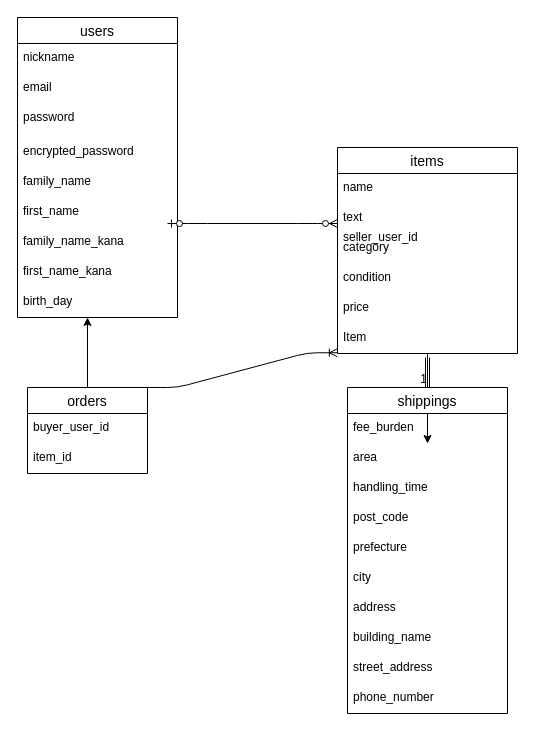
The draw.io diagram furima.dio in aryu-shan/furima-39943, before the edit. Source tidied: cells renumbered, new cells numbered last; positions are measured from the earlier drawing's top-left corner, leaving out a move shared by most shapes. Both pictures are drawn from the tidied source at 100%, with x=0, y=0 at pixel (17, 17).
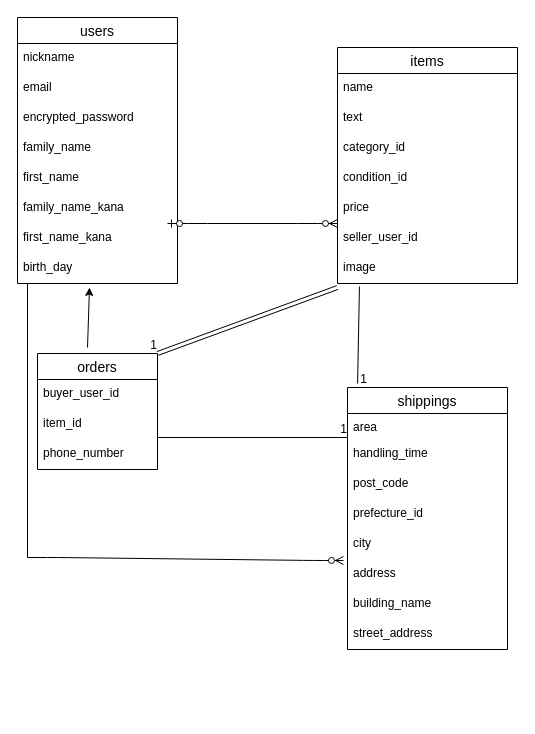
Above is the later version.

Commit message (it also covers changes not shown here):
データベース設計修正（1回目修正）

What changed in the source:
```diff
@@
     <mxCell id="2" value="users" style="swimlane;fontStyle=0;horizontal=1;startSize=26;align=center;fontSize=14;" parent="1" vertex="1">
-      <mxGeometry width="160" height="300" as="geometry" />
+      <mxGeometry width="160" height="266" as="geometry" />
     </mxCell>
@@
-    <mxCell id="5" value="password" style="text;strokeColor=none;fillColor=none;spacingLeft=4;spacingRight=4;overflow=hidden;fontSize=12;" parent="2" vertex="1">
-      <mxGeometry y="86" width="160" height="34" as="geometry" />
-    </mxCell>
     <mxCell id="6" value="encrypted_password" style="text;strokeColor=none;fillColor=none;spacingLeft=4;spacingRight=4;overflow=hidden;fontSize=12;" parent="2" vertex="1">
-      <mxGeometry y="120" width="160" height="30" as="geometry" />
+      <mxGeometry y="86" width="160" height="30" as="geometry" />
     </mxCell>
     <mxCell id="7" value="family_name" style="text;strokeColor=none;fillColor=none;spacingLeft=4;spacingRight=4;overflow=hidden;fontSize=12;" parent="2" vertex="1">
-      <mxGeometry y="150" width="160" height="30" as="geometry" />
+      <mxGeometry y="116" width="160" height="30" as="geometry" />
     </mxCell>
     <mxCell id="8" value="first_name" style="text;strokeColor=none;fillColor=none;spacingLeft=4;spacingRight=4;overflow=hidden;fontSize=12;" parent="2" vertex="1">
-      <mxGeometry y="180" width="160" height="30" as="geometry" />
+      <mxGeometry y="146" width="160" height="30" as="geometry" />
     </mxCell>
     <mxCell id="9" value="family_name_kana" style="text;strokeColor=none;fillColor=none;spacingLeft=4;spacingRight=4;overflow=hidden;fontSize=12;" parent="2" vertex="1">
-      <mxGeometry y="210" width="160" height="30" as="geometry" />
+      <mxGeometry y="176" width="160" height="30" as="geometry" />
     </mxCell>
     <mxCell id="10" value="first_name_kana" style="text;strokeColor=none;fillColor=none;spacingLeft=4;spacingRight=4;overflow=hidden;fontSize=12;" parent="2" vertex="1">
-      <mxGeometry y="240" width="160" height="30" as="geometry" />
+      <mxGeometry y="206" width="160" height="30" as="geometry" />
     </mxCell>
     <mxCell id="11" value="birth_day" style="text;strokeColor=none;fillColor=none;spacingLeft=4;spacingRight=4;overflow=hidden;points=[[0,0.5],[1,0.5]];portConstraint=eastwest;fontSize=12;" parent="2" vertex="1">
-      <mxGeometry y="270" width="160" height="30" as="geometry" />
+      <mxGeometry y="236" width="160" height="30" as="geometry" />
     </mxCell>
-    <mxCell id="12" style="edgeStyle=none;html=1;" parent="1" edge="1" source="13" target="22">
-      <mxGeometry relative="1" as="geometry" />
-    </mxCell>
     <mxCell id="13" value="items" style="swimlane;fontStyle=0;horizontal=1;startSize=26;align=center;fontSize=14;" parent="1" vertex="1">
-      <mxGeometry x="320" y="130" width="180" height="206" as="geometry" />
+      <mxGeometry x="320" y="30" width="180" height="236" as="geometry" />
     </mxCell>
@@
-    <mxCell id="16" value="category" style="text;strokeColor=none;fillColor=none;spacingLeft=4;spacingRight=4;overflow=hidden;fontSize=12;" parent="13" vertex="1">
+    <mxCell id="16" value="category_id" style="text;strokeColor=none;fillColor=none;spacingLeft=4;spacingRight=4;overflow=hidden;fontSize=12;" parent="13" vertex="1">
       <mxGeometry y="86" width="180" height="30" as="geometry" />
     </mxCell>
-    <mxCell id="17" value="condition" style="text;strokeColor=none;fillColor=none;spacingLeft=4;spacingRight=4;overflow=hidden;fontSize=12;" parent="13" vertex="1">
+    <mxCell id="17" value="condition_id" style="text;strokeColor=none;fillColor=none;spacingLeft=4;spacingRight=4;overflow=hidden;fontSize=12;" parent="13" vertex="1">
       <mxGeometry y="116" width="180" height="30" as="geometry" />
     </mxCell>
@@
+    <mxCell id="35" value="seller_user_id" style="text;strokeColor=none;fillColor=none;spacingLeft=4;spacingRight=4;overflow=hidden;fontSize=12;" parent="13" vertex="1">
+      <mxGeometry y="176" width="180" height="30" as="geometry" />
+    </mxCell>
-    <mxCell id="19" value="Item" style="text;strokeColor=none;fillColor=none;spacingLeft=4;spacingRight=4;overflow=hidden;points=[[0,0.5],[1,0.5]];portConstraint=eastwest;fontSize=12;" parent="13" vertex="1">
-      <mxGeometry y="176" width="180" height="30" as="geometry" />
+    <mxCell id="19" value="image" style="text;strokeColor=none;fillColor=none;spacingLeft=4;spacingRight=4;overflow=hidden;points=[[0,0.5],[1,0.5]];portConstraint=eastwest;fontSize=12;" parent="13" vertex="1">
+      <mxGeometry y="206" width="180" height="30" as="geometry" />
     </mxCell>
     <mxCell id="20" value="shippings" style="swimlane;fontStyle=0;horizontal=1;startSize=26;align=center;fontSize=14;" parent="1" vertex="1">
-      <mxGeometry x="330" y="370" width="160" height="326" as="geometry" />
+      <mxGeometry x="330" y="370" width="160" height="262" as="geometry" />
     </mxCell>
-    <mxCell id="21" value="fee_burden" style="text;strokeColor=none;fillColor=none;spacingLeft=4;spacingRight=4;overflow=hidden;fontSize=12;" parent="20" vertex="1">
-      <mxGeometry y="26" width="160" height="30" as="geometry" />
-    </mxCell>
     <mxCell id="22" value="area" style="text;strokeColor=none;fillColor=none;spacingLeft=4;spacingRight=4;overflow=hidden;points=[[0,0.5],[1,0.5]];portConstraint=eastwest;fontSize=12;" parent="20" vertex="1">
-      <mxGeometry y="56" width="160" height="30" as="geometry" />
+      <mxGeometry y="26" width="160" height="26" as="geometry" />
     </mxCell>
     <mxCell id="23" value="handling_time" style="text;strokeColor=none;fillColor=none;spacingLeft=4;spacingRight=4;overflow=hidden;fontSize=12;" parent="20" vertex="1">
-      <mxGeometry y="86" width="160" height="30" as="geometry" />
+      <mxGeometry y="52" width="160" height="30" as="geometry" />
     </mxCell>
     <mxCell id="24" value="post_code" style="text;strokeColor=none;fillColor=none;spacingLeft=4;spacingRight=4;overflow=hidden;fontSize=12;" parent="20" vertex="1">
-      <mxGeometry y="116" width="160" height="30" as="geometry" />
+      <mxGeometry y="82" width="160" height="30" as="geometry" />
     </mxCell>
-    <mxCell id="25" value="prefecture" style="text;strokeColor=none;fillColor=none;spacingLeft=4;spacingRight=4;overflow=hidden;fontSize=12;" parent="20" vertex="1">
-      <mxGeometry y="146" width="160" height="30" as="geometry" />
+    <mxCell id="25" value="prefecture_id" style="text;strokeColor=none;fillColor=none;spacingLeft=4;spacingRight=4;overflow=hidden;fontSize=12;" parent="20" vertex="1">
+      <mxGeometry y="112" width="160" height="30" as="geometry" />
     </mxCell>
     <mxCell id="26" value="city" style="text;strokeColor=none;fillColor=none;spacingLeft=4;spacingRight=4;overflow=hidden;points=[[0,0.5],[1,0.5]];portConstraint=eastwest;fontSize=12;" parent="20" vertex="1">
-      <mxGeometry y="176" width="160" height="30" as="geometry" />
+      <mxGeometry y="142" width="160" height="30" as="geometry" />
     </mxCell>
     <mxCell id="27" value="address" style="text;strokeColor=none;fillColor=none;spacingLeft=4;spacingRight=4;overflow=hidden;fontSize=12;" parent="20" vertex="1">
-      <mxGeometry y="206" width="160" height="30" as="geometry" />
+      <mxGeometry y="172" width="160" height="30" as="geometry" />
     </mxCell>
     <mxCell id="28" value="building_name" style="text;strokeColor=none;fillColor=none;spacingLeft=4;spacingRight=4;overflow=hidden;fontSize=12;" parent="20" vertex="1">
-      <mxGeometry y="236" width="160" height="30" as="geometry" />
+      <mxGeometry y="202" width="160" height="30" as="geometry" />
     </mxCell>
     <mxCell id="29" value="street_address" style="text;strokeColor=none;fillColor=none;spacingLeft=4;spacingRight=4;overflow=hidden;fontSize=12;" parent="20" vertex="1">
-      <mxGeometry y="266" width="160" height="30" as="geometry" />
+      <mxGeometry y="232" width="160" height="30" as="geometry" />
     </mxCell>
-    <mxCell id="30" value="phone_number" style="text;strokeColor=none;fillColor=none;spacingLeft=4;spacingRight=4;overflow=hidden;fontSize=12;" parent="20" vertex="1">
-      <mxGeometry y="296" width="160" height="30" as="geometry" />
-    </mxCell>
-    <mxCell id="31" style="edgeStyle=none;html=1;" parent="1" edge="1" source="32">
+    <mxCell id="31" style="edgeStyle=none;html=1;entryX=0.45;entryY=1.133;entryDx=0;entryDy=0;entryPerimeter=0;" parent="1" edge="1" target="11">
       <mxGeometry relative="1" as="geometry">
-        <mxPoint x="70" y="300" as="targetPoint" />
+        <mxPoint x="70" y="330" as="sourcePoint" />
       </mxGeometry>
     </mxCell>
     <mxCell id="32" value="orders" style="swimlane;fontStyle=0;horizontal=1;startSize=26;align=center;fontSize=14;" parent="1" vertex="1">
-      <mxGeometry x="10" y="370" width="120" height="86" as="geometry" />
+      <mxGeometry x="20" y="336" width="120" height="116" as="geometry" />
     </mxCell>
@@
-    <mxCell id="35" value="seller_user_id" style="text;strokeColor=none;fillColor=none;spacingLeft=4;spacingRight=4;overflow=hidden;fontSize=12;" parent="1" vertex="1">
-      <mxGeometry x="320" y="206" width="180" height="30" as="geometry" />
-    </mxCell>
+    <mxCell id="30" value="phone_number" style="text;strokeColor=none;fillColor=none;spacingLeft=4;spacingRight=4;overflow=hidden;fontSize=12;" parent="32" vertex="1">
+      <mxGeometry y="86" width="120" height="30" as="geometry" />
+    </mxCell>
-    <mxCell id="36" style="shape=link;html=1;rounded=0;" parent="1" edge="1">
-      <mxGeometry relative="1" as="geometry">
-        <mxPoint x="410" y="340" as="sourcePoint" />
-        <mxPoint x="410" y="370" as="targetPoint" />
-      </mxGeometry>
+    <mxCell id="36" style="shape=link;html=1;rounded=0;exitX=0;exitY=1.133;exitDx=0;exitDy=0;exitPerimeter=0;entryX=1;entryY=0;entryDx=0;entryDy=0;" parent="1" edge="1" source="19" target="32">
+      <mxGeometry relative="1" as="geometry" />
     </mxCell>
@@
-    <mxCell id="39" style="edgeStyle=entityRelationEdgeStyle;fontSize=12;html=1;endArrow=ERoneToMany;entryX=-0.001;entryY=0.976;entryDx=0;entryDy=0;exitX=1;exitY=0;exitDx=0;exitDy=0;entryPerimeter=0;" parent="1" edge="1" source="32" target="19">
-      <mxGeometry relative="1" as="geometry" />
-    </mxCell>
+    <mxCell id="40" style="endArrow=none;html=1;rounded=0;" parent="1" edge="1">
+      <mxGeometry relative="1" as="geometry">
+        <mxPoint x="140" y="420" as="sourcePoint" />
+        <mxPoint x="330" y="420" as="targetPoint" />
+      </mxGeometry>
+    </mxCell>
+    <mxCell id="41" value="1" style="html=1;align=right;verticalAlign=bottom;" parent="40" vertex="1">
+      <mxGeometry x="1" relative="1" as="geometry" />
+    </mxCell>
+    <mxCell id="42" style="endArrow=none;html=1;rounded=0;" parent="1" edge="1">
+      <mxGeometry relative="1" as="geometry">
+        <mxPoint x="10" y="266" as="sourcePoint" />
+        <mxPoint x="10" y="540" as="targetPoint" />
+      </mxGeometry>
+    </mxCell>
+    <mxCell id="43" style="edgeStyle=entityRelationEdgeStyle;fontSize=12;html=1;endArrow=ERzeroToMany;endFill=1;entryX=-0.025;entryY=1.033;entryDx=0;entryDy=0;entryPerimeter=0;" parent="1" edge="1" target="26">
+      <mxGeometry relative="1" as="geometry">
+        <mxPoint x="10" y="540" as="sourcePoint" />
+      </mxGeometry>
+    </mxCell>
+    <mxCell id="44" style="endArrow=none;html=1;rounded=0;exitX=0.122;exitY=1.1;exitDx=0;exitDy=0;exitPerimeter=0;entryX=0.063;entryY=-0.015;entryDx=0;entryDy=0;entryPerimeter=0;" parent="1" edge="1" source="19" target="20">
+      <mxGeometry relative="1" as="geometry" />
+    </mxCell>
+    <mxCell id="45" value="1" style="html=1;align=right;verticalAlign=bottom;" parent="44" vertex="1">
+      <mxGeometry x="1" relative="1" as="geometry">
+        <mxPoint x="10" y="4" as="offset" />
+      </mxGeometry>
+    </mxCell>
```
